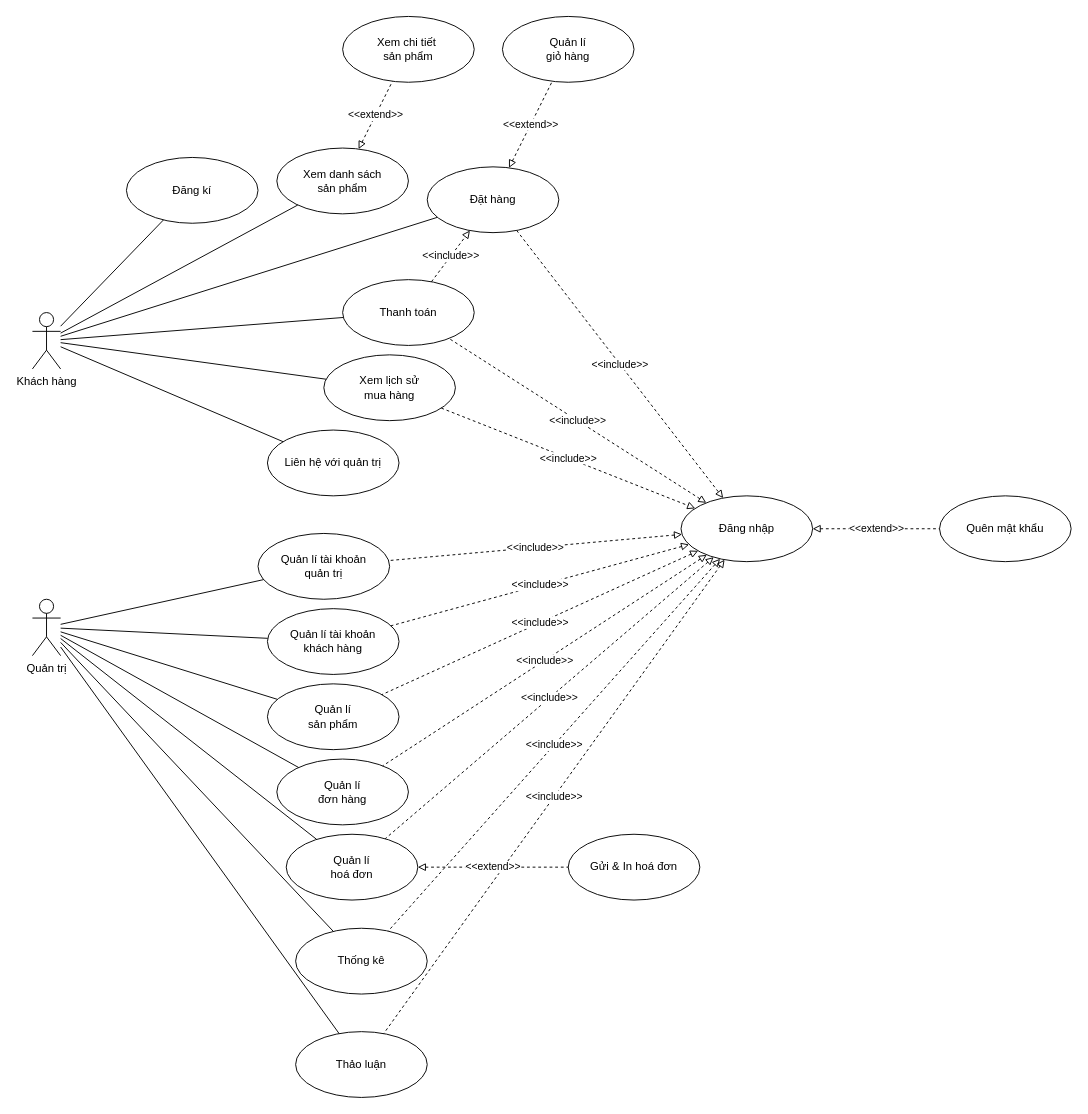
Before: page "Page-1" (1 of 2) of Nam3_HK1/CNPM_SoftTech/Usecase Diagrams/UseCaseDiagram_TongQuat.drawio in EdgarIgnite16/SGU-Course, a draw.io diagram. Source tidied: cells renumbered, new cells numbered last; positions are measured from the earlier drawing's top-left corner, leaving out a move shared by most shapes. Both pictures are drawn from the tidied source at 94%, with x=0, y=0 at pixel (32, 16).
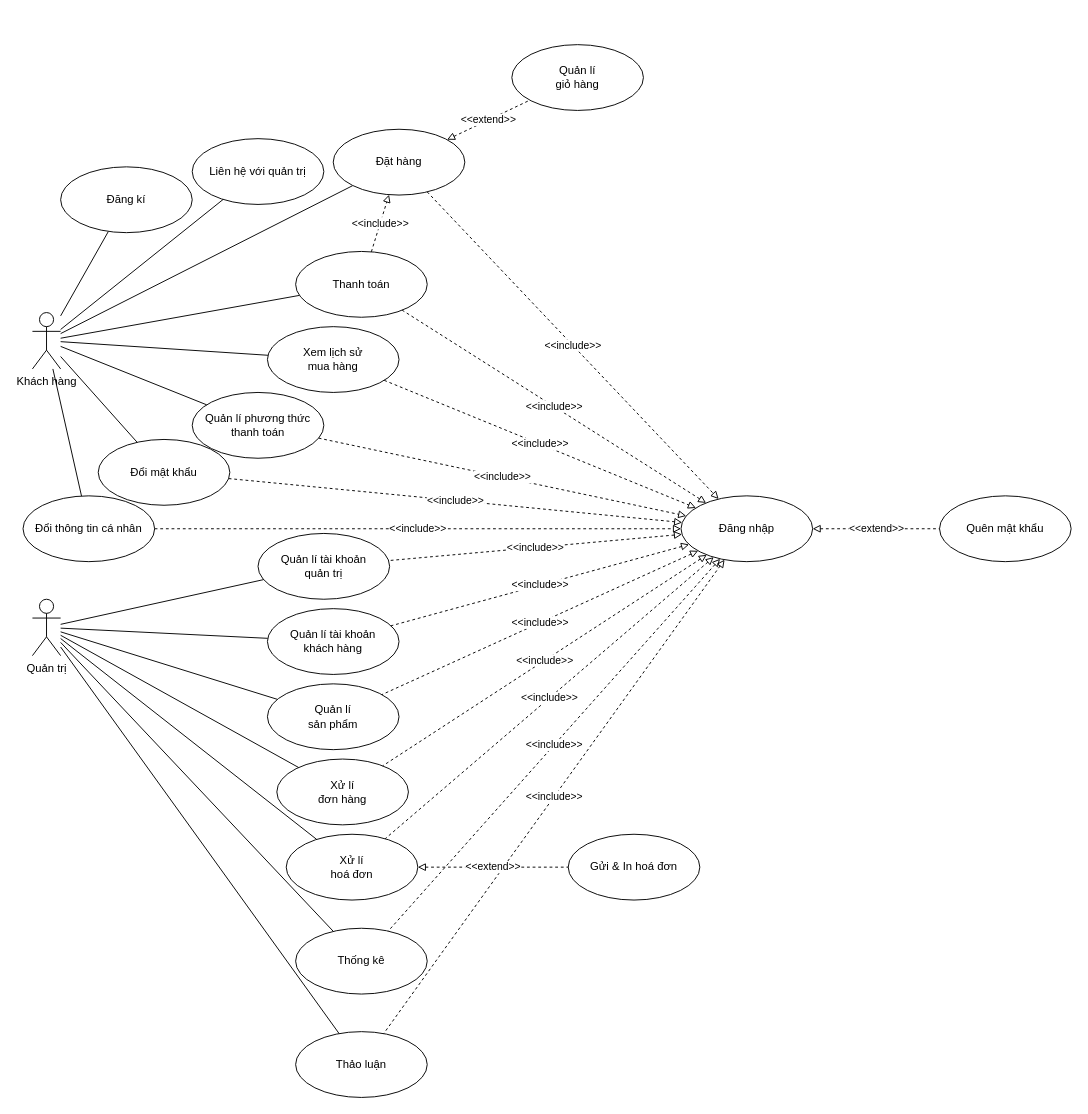
Above is the later version.

The change refers to these unchanged cells:
```xml
<mxCell id="3" value="Khách hàng" style="shape=umlActor;verticalLabelPosition=bottom;verticalAlign=top;html=1;outlineConnect=0;" parent="1" vertex="1">
  <mxGeometry y="315" width="30" height="60" as="geometry" />
</mxCell>
<mxCell id="9" value="Đăng nhập" style="ellipse;whiteSpace=wrap;html=1;" parent="1" vertex="1">
  <mxGeometry x="690" y="510" width="140" height="70" as="geometry" />
</mxCell>
```

What changed in the source:
```diff
@@
     <mxCell id="8" value="Đăng kí" style="ellipse;whiteSpace=wrap;html=1;" parent="1" vertex="1">
-      <mxGeometry x="100" y="150" width="140" height="70" as="geometry" />
+      <mxGeometry x="30" y="160" width="140" height="70" as="geometry" />
     </mxCell>
@@
     <mxCell id="11" value="Thanh toán" style="ellipse;whiteSpace=wrap;html=1;" parent="1" vertex="1">
-      <mxGeometry x="330" y="280" width="140" height="70" as="geometry" />
+      <mxGeometry x="280" y="250" width="140" height="70" as="geometry" />
     </mxCell>
@@
     <mxCell id="14" value="Đặt hàng" style="ellipse;whiteSpace=wrap;html=1;" parent="1" vertex="1">
-      <mxGeometry x="420" y="160" width="140" height="70" as="geometry" />
+      <mxGeometry x="320" y="120" width="140" height="70" as="geometry" />
     </mxCell>
@@
     <mxCell id="16" value="Xem lịch sử &lt;br&gt;mua hàng" style="ellipse;whiteSpace=wrap;html=1;" parent="1" vertex="1">
-      <mxGeometry x="310" y="360" width="140" height="70" as="geometry" />
+      <mxGeometry x="250" y="330" width="140" height="70" as="geometry" />
     </mxCell>
@@
     <mxCell id="18" value="Quản lí&lt;br&gt;giỏ hàng" style="ellipse;whiteSpace=wrap;html=1;" parent="1" vertex="1">
-      <mxGeometry x="500" width="140" height="70" as="geometry" />
+      <mxGeometry x="510" y="30" width="140" height="70" as="geometry" />
     </mxCell>
@@
-    <mxCell id="20" value="Xem danh sách&lt;br&gt;sản phẩm" style="ellipse;whiteSpace=wrap;html=1;" parent="1" vertex="1">
-      <mxGeometry x="260" y="140" width="140" height="70" as="geometry" />
-    </mxCell>
@@
-    <mxCell id="22" value="Quản lí&lt;br&gt;đơn hàng" style="ellipse;whiteSpace=wrap;html=1;" parent="1" vertex="1">
+    <mxCell id="22" value="Xử lí&lt;br&gt;đơn hàng" style="ellipse;whiteSpace=wrap;html=1;" parent="1" vertex="1">
       <mxGeometry x="260" y="790" width="140" height="70" as="geometry" />
     </mxCell>
@@
-    <mxCell id="32" style="rounded=0;jettySize=auto;html=1;endArrow=none;endFill=0;" parent="1" edge="1" source="20" target="3">
-      <mxGeometry relative="1" as="geometry" />
-    </mxCell>
-    <mxCell id="33" value="Xem chi tiết&amp;nbsp;&lt;br&gt;sản phẩm" style="ellipse;whiteSpace=wrap;html=1;" parent="1" vertex="1">
-      <mxGeometry x="330" width="140" height="70" as="geometry" />
-    </mxCell>
-    <mxCell id="34" value="&amp;lt;&amp;lt;extend&amp;gt;&amp;gt;" style="edgeStyle=none;rounded=0;jettySize=auto;html=1;dashed=1;startArrow=block;startFill=0;endArrow=none;endFill=0;" parent="1" edge="1" source="20" target="33">
-      <mxGeometry relative="1" as="geometry" />
-    </mxCell>
@@
     <mxCell id="36" value="Liên hệ với quản trị" style="ellipse;whiteSpace=wrap;html=1;" parent="1" vertex="1">
-      <mxGeometry x="250" y="440" width="140" height="70" as="geometry" />
+      <mxGeometry x="170" y="130" width="140" height="70" as="geometry" />
     </mxCell>
@@
-    <mxCell id="47" value="Quản lí&lt;br&gt;hoá đơn" style="ellipse;whiteSpace=wrap;html=1;" parent="1" vertex="1">
+    <mxCell id="47" value="Xử lí&lt;br&gt;hoá đơn" style="ellipse;whiteSpace=wrap;html=1;" parent="1" vertex="1">
       <mxGeometry x="270" y="870" width="140" height="70" as="geometry" />
     </mxCell>
@@
+    <mxCell id="52" value="Quản lí phương thức&lt;br&gt;thanh toán" style="ellipse;whiteSpace=wrap;html=1;" parent="1" vertex="1">
+      <mxGeometry x="170" y="400" width="140" height="70" as="geometry" />
+    </mxCell>
+    <mxCell id="53" style="rounded=0;jettySize=auto;html=1;endArrow=none;endFill=0;" parent="1" edge="1" source="52" target="3">
+      <mxGeometry relative="1" as="geometry" />
+    </mxCell>
+    <mxCell id="54" value="Đổi thông tin cá nhân" style="ellipse;whiteSpace=wrap;html=1;" parent="1" vertex="1">
+      <mxGeometry x="-10" y="510" width="140" height="70" as="geometry" />
+    </mxCell>
+    <mxCell id="55" style="edgeStyle=none;rounded=0;jettySize=auto;html=1;endArrow=none;endFill=0;" parent="1" edge="1" source="54" target="3">
+      <mxGeometry relative="1" as="geometry" />
+    </mxCell>
+    <mxCell id="56" value="Đổi mật khẩu" style="ellipse;whiteSpace=wrap;html=1;" parent="1" vertex="1">
+      <mxGeometry x="70" y="450" width="140" height="70" as="geometry" />
+    </mxCell>
+    <mxCell id="57" style="edgeStyle=none;rounded=0;jettySize=auto;html=1;endArrow=none;endFill=0;" parent="1" edge="1" source="56" target="3">
+      <mxGeometry relative="1" as="geometry" />
+    </mxCell>
+    <mxCell id="58" value="&amp;lt;&amp;lt;include&amp;gt;&amp;gt;" style="edgeStyle=none;rounded=0;jettySize=auto;html=1;startArrow=none;startFill=0;endArrow=block;endFill=0;dashed=1;" parent="1" edge="1" source="52" target="9">
+      <mxGeometry relative="1" as="geometry" />
+    </mxCell>
+    <mxCell id="59" value="&amp;lt;&amp;lt;include&amp;gt;&amp;gt;" style="edgeStyle=none;rounded=0;jettySize=auto;html=1;startArrow=none;startFill=0;endArrow=block;endFill=0;dashed=1;" parent="1" edge="1" source="56" target="9">
+      <mxGeometry relative="1" as="geometry" />
+    </mxCell>
+    <mxCell id="60" value="&amp;lt;&amp;lt;include&amp;gt;&amp;gt;" style="edgeStyle=none;rounded=0;jettySize=auto;html=1;startArrow=none;startFill=0;endArrow=block;endFill=0;dashed=1;" parent="1" edge="1" source="54" target="9">
+      <mxGeometry relative="1" as="geometry" />
+    </mxCell>
```
